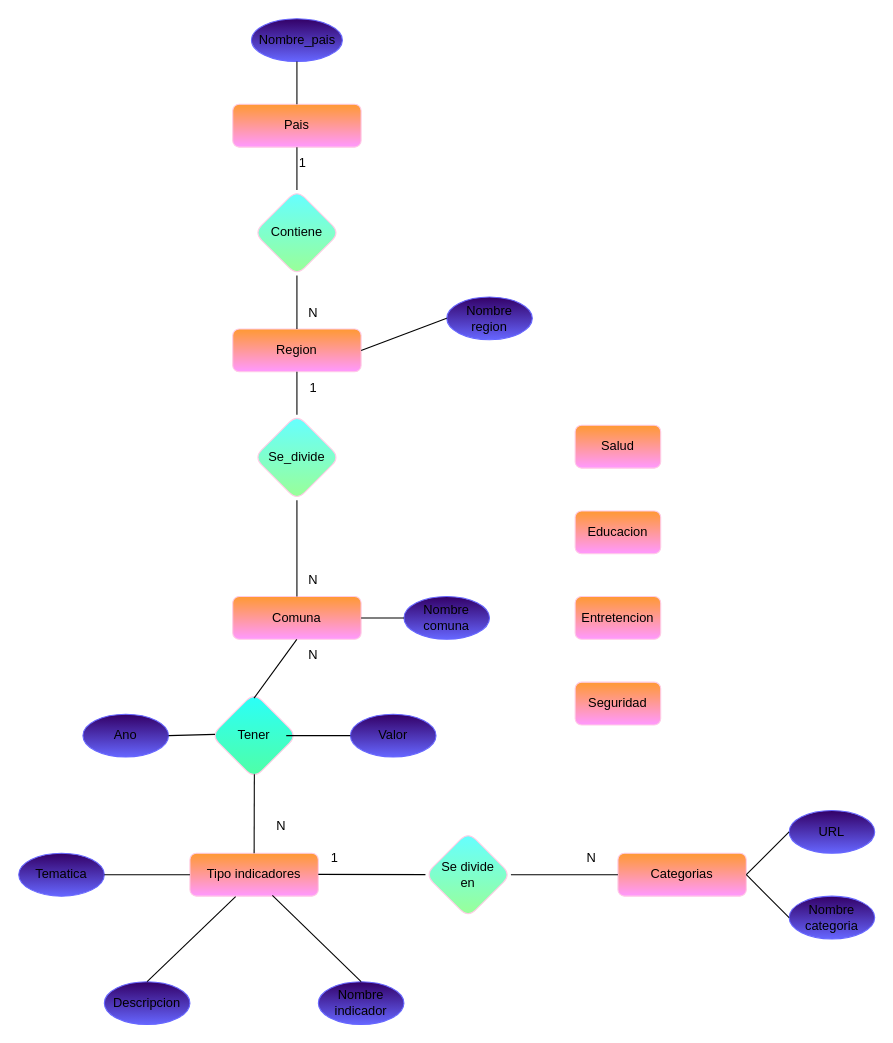
Paskiben/INFO133-equipo12 keeps this draw.io diagram as Parte-B/Modelorelacional.drawio. Above is the earlier version. Source tidied: cells renumbered, new cells numbered last; positions are measured from the earlier drawing's top-left corner, leaving out a move shared by most shapes. Both pictures are drawn from the tidied source at 107%, with x=0, y=0 at pixel (18, 18).
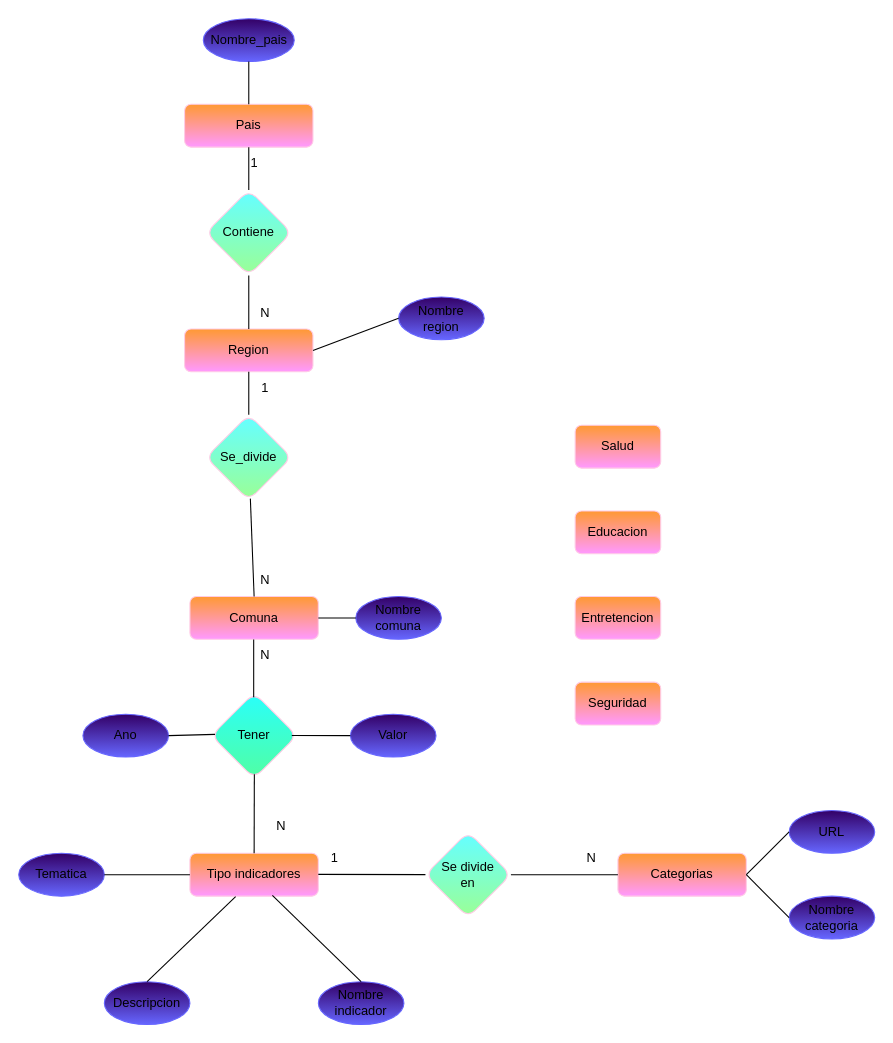
Above is the later version.

Unchanged cells that the change refers to:
```xml
<mxCell id="20" value="Tener" style="rhombus;whiteSpace=wrap;html=1;rounded=1;shadow=0;glass=0;strokeColor=#FFCCE6;fontFamily=Helvetica;fontSize=12;fontColor=#000000;fillColor=#4FFFA7;gradientColor=#2BFFF8;gradientDirection=north;" parent="1" vertex="1">
  <mxGeometry x="180" y="630" width="80" height="80" as="geometry" />
</mxCell>
<mxCell id="22" value="Valor" style="ellipse;whiteSpace=wrap;html=1;fillColor=#330066;gradientColor=#6666FF;strokeColor=#6666FF;gradientDirection=south;" parent="1" vertex="1">
  <mxGeometry x="310" y="650" width="80" height="40" as="geometry" />
</mxCell>
```

Change to the diagram source:
```diff
@@
     <mxCell id="2" value="Comuna" style="rounded=1;whiteSpace=wrap;html=1;fillColor=#FF99FF;fontColor=#000000;strokeColor=#FFCCE6;gradientColor=#FF9933;gradientDirection=north;glass=0;shadow=0;" parent="1" vertex="1">
-      <mxGeometry x="200" y="540" width="120" height="40" as="geometry" />
+      <mxGeometry x="160" y="540" width="120" height="40" as="geometry" />
     </mxCell>
@@
     <mxCell id="7" value="&lt;div style=&quot;text-align: justify;&quot;&gt;&lt;span style=&quot;background-color: initial;&quot;&gt;Region&lt;/span&gt;&lt;/div&gt;" style="rounded=1;whiteSpace=wrap;html=1;fillColor=#FF99FF;strokeColor=#FFCCE6;fontColor=#000000;gradientColor=#FF9933;gradientDirection=north;glass=0;shadow=0;" parent="1" vertex="1">
-      <mxGeometry x="200" y="290" width="120" height="40" as="geometry" />
+      <mxGeometry x="155" y="290" width="120" height="40" as="geometry" />
     </mxCell>
     <mxCell id="8" value="Pais" style="rounded=1;whiteSpace=wrap;html=1;fillColor=#FF99FF;strokeColor=#FFCCE6;fontColor=#000000;gradientColor=#FF9933;gradientDirection=north;glass=0;shadow=0;" parent="1" vertex="1">
-      <mxGeometry x="200" y="80" width="120" height="40" as="geometry" />
+      <mxGeometry x="155" y="80" width="120" height="40" as="geometry" />
     </mxCell>
@@
     <mxCell id="11" value="Nombre_pais" style="ellipse;whiteSpace=wrap;html=1;fillColor=#330066;strokeColor=#6666FF;gradientColor=#6666FF;" parent="1" vertex="1">
-      <mxGeometry x="217.5" width="85" height="40" as="geometry" />
+      <mxGeometry x="172.5" width="85" height="40" as="geometry" />
     </mxCell>
@@
     <mxCell id="13" value="Nombre&lt;br&gt;region" style="ellipse;whiteSpace=wrap;html=1;fillColor=#330066;gradientColor=#6666FF;strokeColor=#6666FF;gradientDirection=south;" parent="1" vertex="1">
-      <mxGeometry x="400" y="260" width="80" height="40" as="geometry" />
+      <mxGeometry x="355" y="260" width="80" height="40" as="geometry" />
     </mxCell>
@@
-    <mxCell id="24" style="endArrow=none;html=1;fontFamily=Helvetica;fontSize=12;fontColor=#000000;entryX=0;entryY=0.5;entryDx=0;entryDy=0;exitX=0.875;exitY=0.5;exitDx=0;exitDy=0;exitPerimeter=0;" parent="1" edge="1" target="22">
-      <mxGeometry relative="1" as="geometry">
-        <mxPoint x="250" y="670" as="sourcePoint" />
-      </mxGeometry>
+    <mxCell id="24" style="endArrow=none;html=1;fontFamily=Helvetica;fontSize=12;fontColor=#000000;entryX=0;entryY=0.5;entryDx=0;entryDy=0;exitX=0.94;exitY=0.498;exitDx=0;exitDy=0;exitPerimeter=0;" parent="1" edge="1" source="20" target="22">
+      <mxGeometry relative="1" as="geometry" />
     </mxCell>
-    <mxCell id="25" style="endArrow=none;html=1;fontFamily=Helvetica;fontSize=12;fontColor=#000000;entryX=0.502;entryY=0.952;entryDx=0;entryDy=0;entryPerimeter=0;exitX=0.499;exitY=0.061;exitDx=0;exitDy=0;exitPerimeter=0;" parent="1" edge="1">
-      <mxGeometry relative="1" as="geometry">
-        <mxPoint x="219.9" y="634.9" as="sourcePoint" />
-        <mxPoint x="259.9" y="580" as="targetPoint" />
-      </mxGeometry>
+    <mxCell id="25" style="endArrow=none;html=1;fontFamily=Helvetica;fontSize=12;fontColor=#000000;entryX=0.153;entryY=0.007;entryDx=0;entryDy=0;entryPerimeter=0;exitX=0.495;exitY=0.053;exitDx=0;exitDy=0;exitPerimeter=0;" parent="1" edge="1" source="20" target="27">
+      <mxGeometry relative="1" as="geometry" />
     </mxCell>
@@
     <mxCell id="27" value="N" style="text;html=1;align=center;verticalAlign=middle;points=[];strokeColor=none;fillColor=none;" parent="1" vertex="1">
-      <mxGeometry x="260" y="580" width="30" height="30" as="geometry" />
+      <mxGeometry x="215" y="580" width="30" height="30" as="geometry" />
     </mxCell>
@@
     <mxCell id="29" value="N" style="text;html=1;align=center;verticalAlign=middle;strokeColor=none;fillColor=none;" parent="1" vertex="1">
-      <mxGeometry x="260" y="510" width="30" height="30" as="geometry" />
+      <mxGeometry x="215" y="510" width="30" height="30" as="geometry" />
     </mxCell>
     <mxCell id="30" value="N" style="text;html=1;align=center;verticalAlign=middle;strokeColor=none;fillColor=none;" parent="1" vertex="1">
-      <mxGeometry x="260" y="260" width="30" height="30" as="geometry" />
+      <mxGeometry x="215" y="260" width="30" height="30" as="geometry" />
     </mxCell>
     <mxCell id="31" value="1" style="text;html=1;align=center;verticalAlign=middle;strokeColor=none;fillColor=none;" parent="1" vertex="1">
-      <mxGeometry x="260" y="330" width="30" height="30" as="geometry" />
+      <mxGeometry x="215" y="330" width="30" height="30" as="geometry" />
     </mxCell>
     <mxCell id="32" value="1" style="text;html=1;align=center;verticalAlign=middle;strokeColor=none;fillColor=none;" parent="1" vertex="1">
-      <mxGeometry x="250" y="120" width="30" height="30" as="geometry" />
+      <mxGeometry x="205" y="120" width="30" height="30" as="geometry" />
     </mxCell>
@@
     <mxCell id="34" value="Contiene" style="rhombus;whiteSpace=wrap;html=1;rounded=1;shadow=0;glass=0;strokeColor=#FFCCE6;fontFamily=Helvetica;fontSize=12;fontColor=#000000;fillColor=#99FF99;gradientColor=#66FFFF;gradientDirection=north;" parent="1" vertex="1">
-      <mxGeometry x="220" y="160" width="80" height="80" as="geometry" />
+      <mxGeometry x="175" y="160" width="80" height="80" as="geometry" />
     </mxCell>
@@
     <mxCell id="36" value="Se_divide" style="rhombus;whiteSpace=wrap;html=1;rounded=1;shadow=0;glass=0;strokeColor=#FFCCE6;fontFamily=Helvetica;fontSize=12;fontColor=#000000;fillColor=#99FF99;gradientColor=#66FFFF;gradientDirection=north;" parent="1" vertex="1">
-      <mxGeometry x="220" y="370" width="80" height="80" as="geometry" />
+      <mxGeometry x="175" y="370" width="80" height="80" as="geometry" />
     </mxCell>
@@
     <mxCell id="38" value="Nombre&lt;br&gt;comuna" style="ellipse;whiteSpace=wrap;html=1;fillColor=#330066;gradientColor=#6666FF;strokeColor=#6666FF;gradientDirection=south;" parent="1" vertex="1">
-      <mxGeometry x="360" y="540" width="80" height="40" as="geometry" />
+      <mxGeometry x="315" y="540" width="80" height="40" as="geometry" />
     </mxCell>
```
